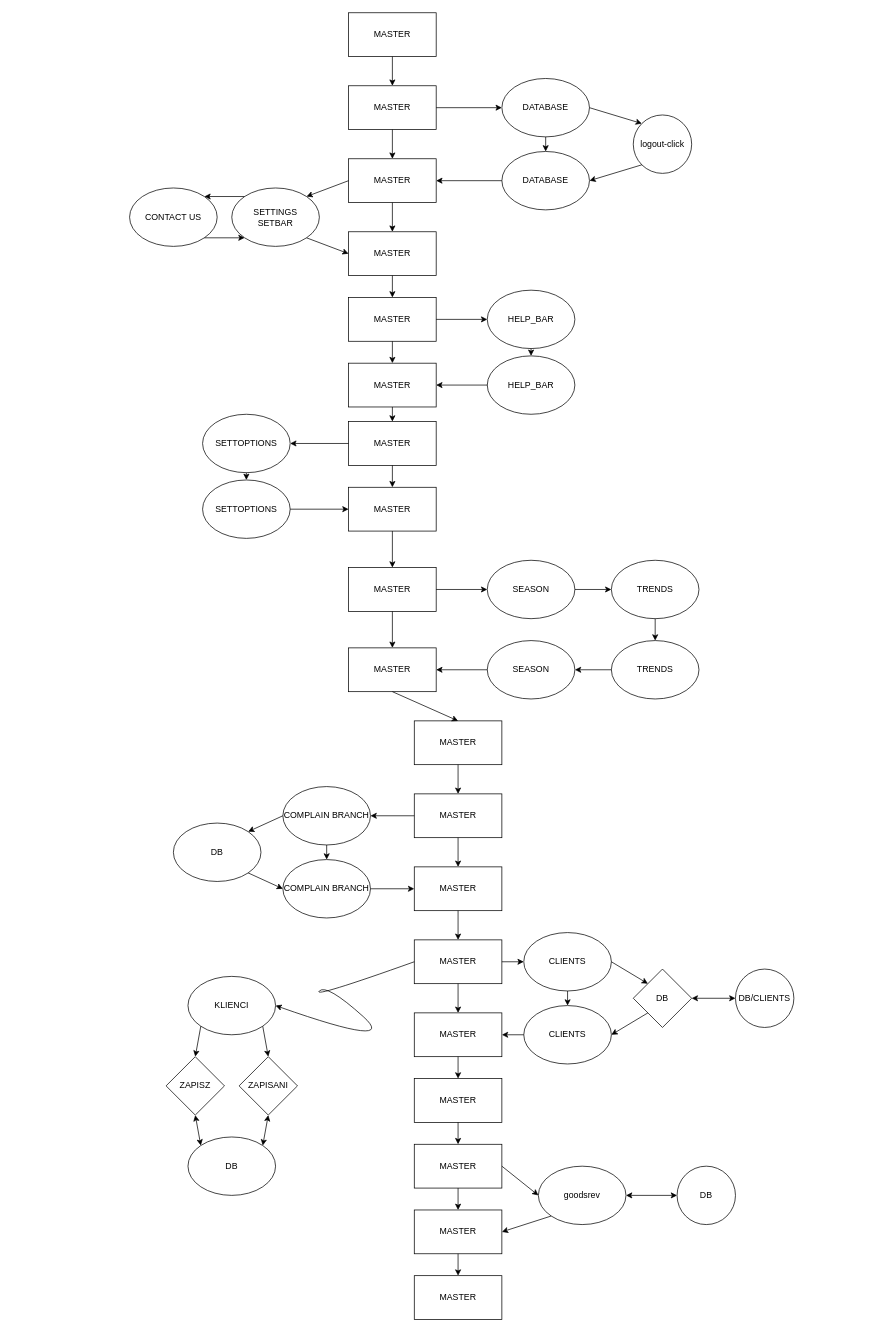
Earlier version of the draw.io diagram INFORMATION/branches.drawio (Man1exter/MAIG-WAREHOUSE). Source tidied: cells renumbered, new cells numbered last; positions are measured from the earlier drawing's top-left corner, leaving out a move shared by most shapes. Both pictures are drawn from the tidied source at 73%, with x=0, y=0 at pixel (129, 12).
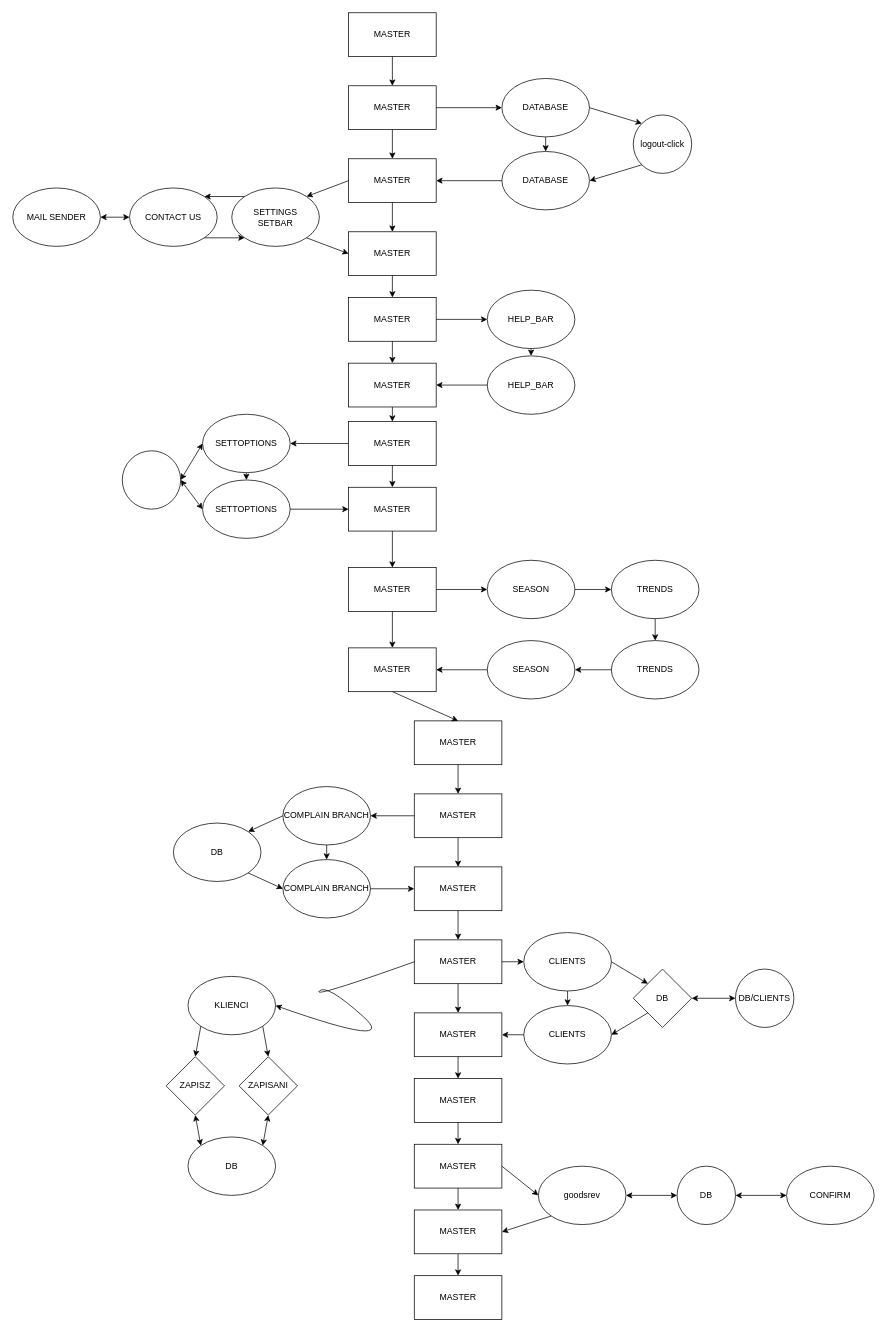
After the change.

Commit message (it also covers changes not shown here):
repul. selected goods

Unchanged cells that the change refers to:
```xml
<mxCell id="34" value="CONTACT US" style="ellipse;whiteSpace=wrap;html=1;" parent="1" vertex="1">
  <mxGeometry y="240" width="120" height="80" as="geometry" />
</mxCell>
<mxCell id="36" value="SETTOPTIONS" style="ellipse;whiteSpace=wrap;html=1;" parent="1" vertex="1">
  <mxGeometry x="100" y="640" width="120" height="80" as="geometry" />
</mxCell>
<mxCell id="37" value="SETTOPTIONS" style="ellipse;whiteSpace=wrap;html=1;" parent="1" vertex="1">
  <mxGeometry x="100" y="550" width="120" height="80" as="geometry" />
</mxCell>
<mxCell id="98" value="DB" style="ellipse;whiteSpace=wrap;html=1;" parent="1" vertex="1">
  <mxGeometry x="750" y="1580" width="80" height="80" as="geometry" />
</mxCell>
```

Diff of the diagram source:
```diff
@@
+    <mxCell id="104" style="ellipse;whiteSpace=wrap;html=1;" parent="1" vertex="1">
+      <mxGeometry x="-10" y="600" width="80" height="80" as="geometry" />
+    </mxCell>
+    <mxCell id="105" style="endArrow=classic;startArrow=classic;html=1;exitX=1;exitY=0.5;exitDx=0;exitDy=0;entryX=0;entryY=0.5;entryDx=0;entryDy=0;" parent="1" edge="1" source="104" target="37">
+      <mxGeometry relative="1" as="geometry" />
+    </mxCell>
+    <mxCell id="106" style="endArrow=classic;startArrow=classic;html=1;exitX=1;exitY=0.5;exitDx=0;exitDy=0;entryX=0;entryY=0.5;entryDx=0;entryDy=0;" parent="1" edge="1" source="104" target="36">
+      <mxGeometry relative="1" as="geometry" />
+    </mxCell>
+    <mxCell id="107" value="MAIL SENDER" style="ellipse;whiteSpace=wrap;html=1;" parent="1" vertex="1">
+      <mxGeometry x="-160" y="240" width="120" height="80" as="geometry" />
+    </mxCell>
+    <mxCell id="108" style="endArrow=classic;startArrow=classic;html=1;exitX=1;exitY=0.5;exitDx=0;exitDy=0;entryX=0;entryY=0.5;entryDx=0;entryDy=0;" parent="1" edge="1" source="107" target="34">
+      <mxGeometry relative="1" as="geometry" />
+    </mxCell>
+    <mxCell id="109" value="CONFIRM" style="ellipse;whiteSpace=wrap;html=1;" parent="1" vertex="1">
+      <mxGeometry x="900" y="1580" width="120" height="80" as="geometry" />
+    </mxCell>
+    <mxCell id="110" style="endArrow=classic;startArrow=classic;html=1;exitX=1;exitY=0.5;exitDx=0;exitDy=0;entryX=0;entryY=0.5;entryDx=0;entryDy=0;" parent="1" edge="1" source="98" target="109">
+      <mxGeometry relative="1" as="geometry" />
+    </mxCell>
```
